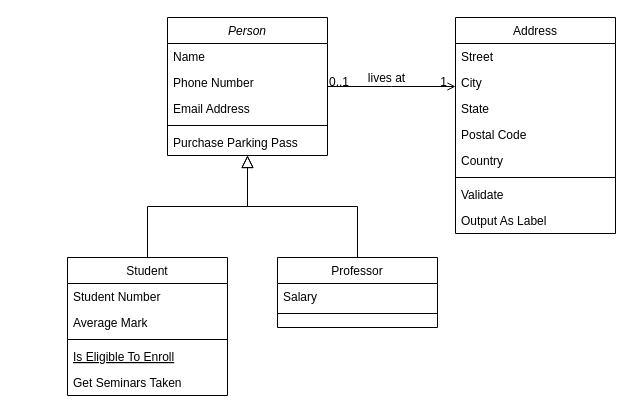
The draw.io diagram page "Page-1" (1 of 2) of Untitled Diagram.drawio in ramstairs/MUNTour-Maps, before the edit. Source tidied: cells renumbered, new cells numbered last; positions are measured from the earlier drawing's top-left corner, leaving out a move shared by most shapes. Both pictures are drawn from the tidied source at 100%, with x=0, y=0 at pixel (67, 17).
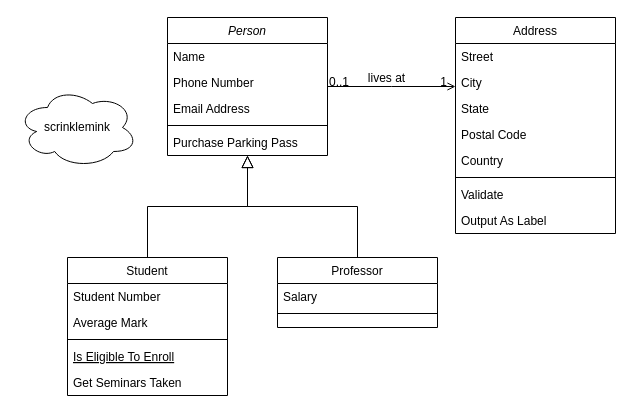
The same page after the edit.

Commit message:
MUNTour Maps

Change to the diagram source:
```diff
@@
+    <mxCell id="32" value="scrinklemink" style="ellipse;shape=cloud;whiteSpace=wrap;html=1;" parent="1" vertex="1">
+      <mxGeometry x="-50" y="70" width="120" height="80" as="geometry" />
+    </mxCell>
```
